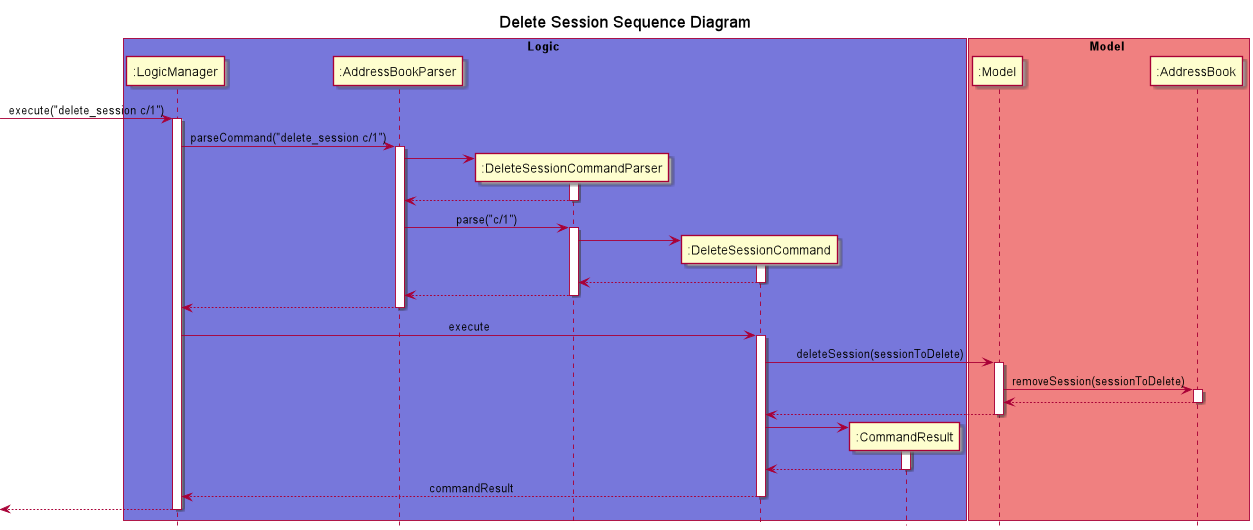
Above: docs/images/DeleteSessionSequenceDiagram.png in nus-cs2103-AY2021S2/tp (PlantUML), before the change.
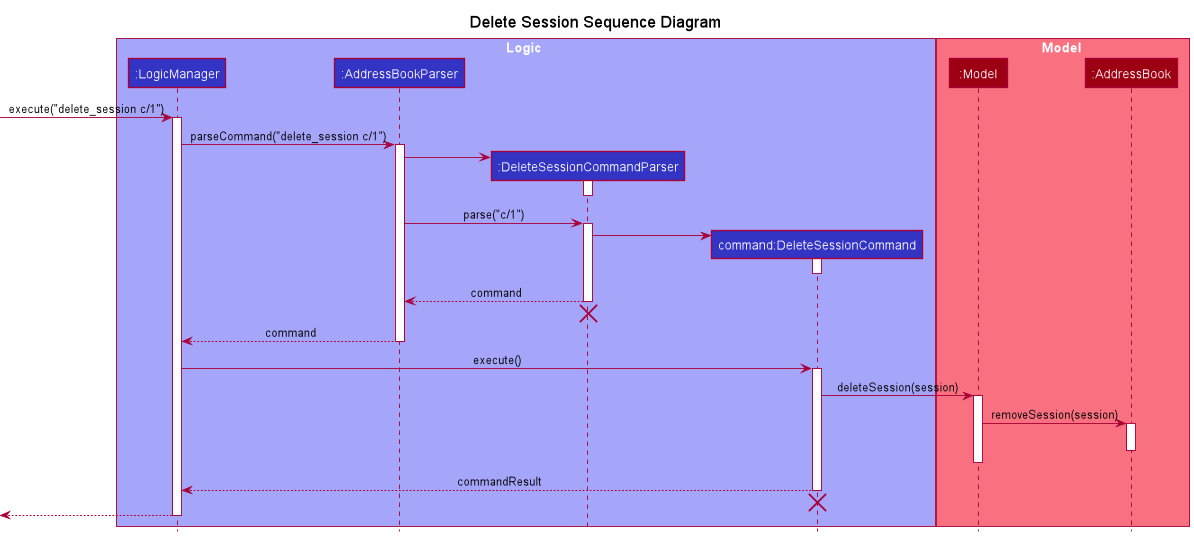
Above is the later version.

What changed in the source:
```diff
@@ -1,20 +1,19 @@
 @startuml
-!include Style.puml
+!include style.puml
 hide footbox
 title Delete Session Sequence Diagram
 skinparam sequenceMessageAlign center
 
 box Logic LOGIC_COLOR_T1
-participant ":LogicManager" as LogicManager
-participant ":AddressBookParser" as AddressBookParser
-participant ":DeleteSessionCommandParser" as DeleteSessionCommandParser
-participant ":DeleteSessionCommand" as DeleteSessionCommand
-participant ":CommandResult" as CommandResult
+participant ":LogicManager" as LogicManager LOGIC_COLOR
+participant ":AddressBookParser" as AddressBookParser LOGIC_COLOR
+participant ":DeleteSessionCommandParser" as DeleteSessionCommandParser LOGIC_COLOR
+participant "command:DeleteSessionCommand" as command LOGIC_COLOR
 end box
 
 box Model MODEL_COLOR_T1
-participant ":Model" as Model
-participant ":AddressBook" as AddressBook
+participant ":Model" as Model MODEL_COLOR
+participant ":AddressBook" as AddressBook MODEL_COLOR
 end box
 
 -> LogicManager : execute("delete_session c/1")
@@ -27,45 +26,48 @@
 AddressBookParser -> DeleteSessionCommandParser
 activate DeleteSessionCommandParser
 
-DeleteSessionCommandParser --> AddressBookParser
+DeleteSessionCommandParser -[hidden]-> AddressBookParser
 deactivate DeleteSessionCommandParser
 
 AddressBookParser -> DeleteSessionCommandParser : parse("c/1")
 activate DeleteSessionCommandParser
 
-create DeleteSessionCommand
-DeleteSessionCommandParser -> DeleteSessionCommand
+create command
+DeleteSessionCommandParser -> command
+activate command
 
-activate DeleteSessionCommand
-DeleteSessionCommandParser <-- DeleteSessionCommand :
-deactivate DeleteSessionCommand
+DeleteSessionCommandParser <-[hidden]- command
+deactivate command
 
-DeleteSessionCommandParser --> AddressBookParser :
+DeleteSessionCommandParser --> AddressBookParser : command
 deactivate DeleteSessionCommandParser
 
-AddressBookParser --> LogicManager :
+AddressBookParser -[hidden]-> DeleteSessionCommandParser
+destroy DeleteSessionCommandParser
+
+AddressBookParser --> LogicManager : command
 deactivate AddressBookParser
 
-LogicManager -> DeleteSessionCommand : execute
-activate DeleteSessionCommand
+LogicManager -> command : execute()
+activate command
 
-DeleteSessionCommand -> Model : deleteSession(sessionToDelete)
+command -> Model : deleteSession(session)
 activate Model
-Model -> AddressBook : removeSession(sessionToDelete)
+Model -> AddressBook : removeSession(session)
+
 activate AddressBook
-AddressBook --> Model
+
 deactivate AddressBook
-Model --> DeleteSessionCommand
+
+Model <-[hidden]- AddressBook
 deactivate Model
 
-create CommandResult
-DeleteSessionCommand -> CommandResult
-activate CommandResult
-CommandResult --> DeleteSessionCommand
-deactivate CommandResult
+command --> LogicManager : commandResult
+deactivate command
 
-DeleteSessionCommand --> LogicManager : commandResult
-deactivate DeleteSessionCommand
+LogicManager -[hidden]-> command
+destroy command
+
 <-- LogicManager
 deactivate LogicManager
 
```
